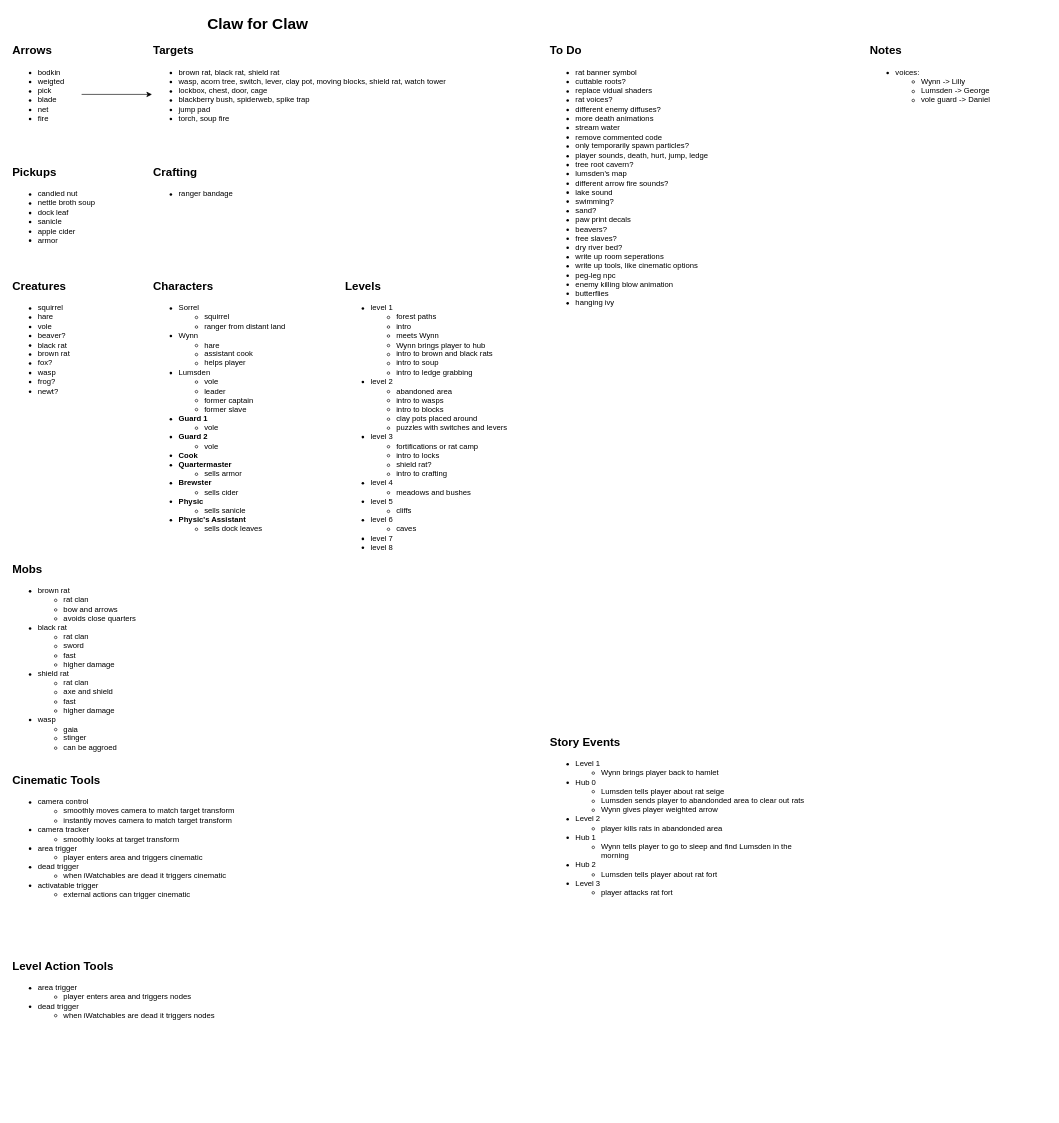
Earlier version of the draw.io diagram Planning/design-doc.drawio (camerondedore/Godot-Project-3). Source tidied: cells renumbered, new cells numbered last; positions are measured from the earlier drawing's top-left corner, leaving out a move shared by most shapes. Both pictures are drawn from the tidied source at 64%, with x=0, y=0 at pixel (11, 11).
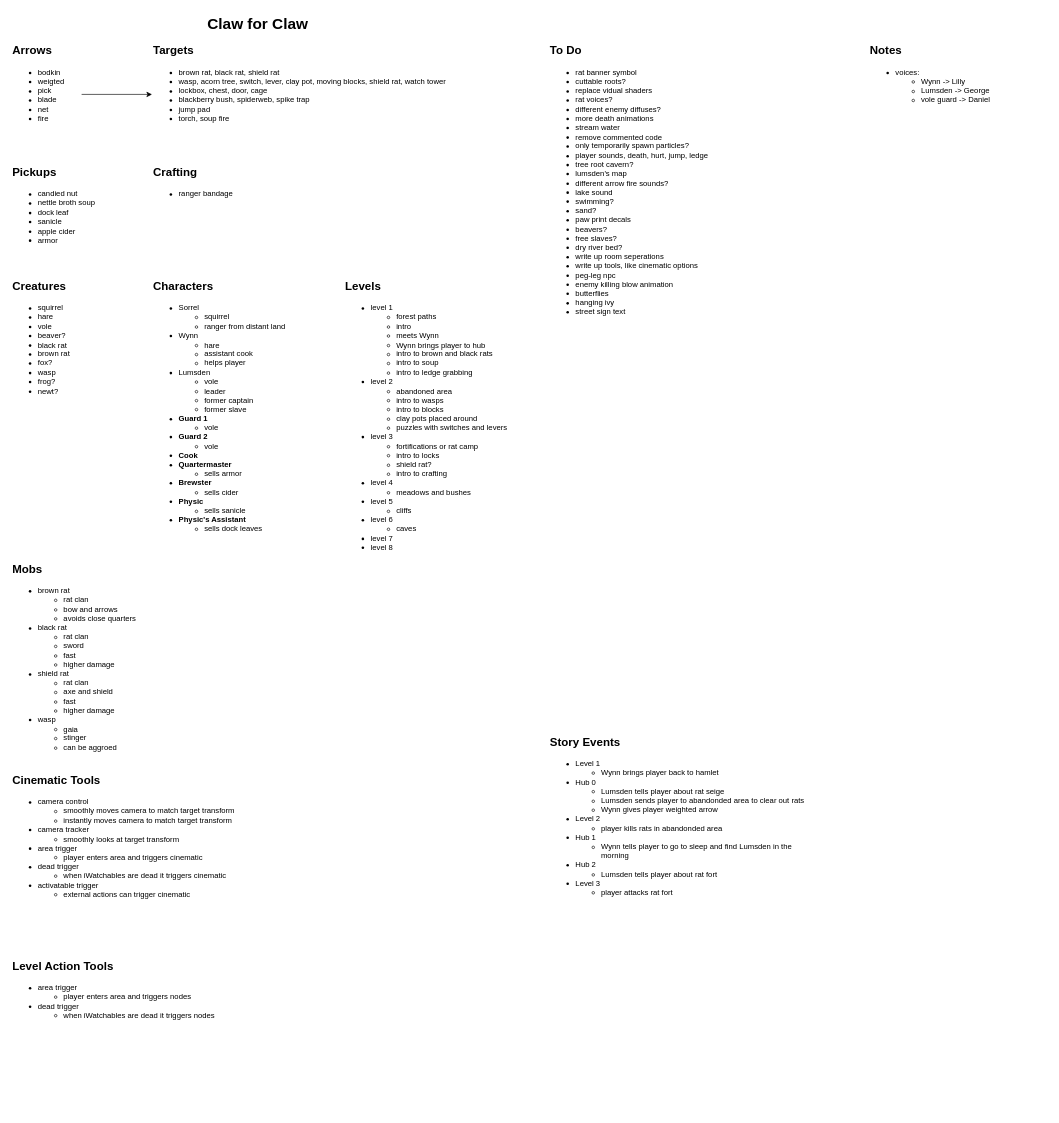
The same page after the edit.

Commit message (it also covers changes not shown here):
splitting street sign from street sign post

Change to the diagram source:
```diff
@@
-    <mxCell id="19" value="&lt;ul&gt;&lt;li&gt;rat banner symbol&lt;/li&gt;&lt;li&gt;cuttable roots?&lt;/li&gt;&lt;li&gt;replace vidual shaders&lt;/li&gt;&lt;li&gt;rat voices?&lt;/li&gt;&lt;li&gt;different enemy diffuses?&lt;/li&gt;&lt;li&gt;more death animations&lt;/li&gt;&lt;li&gt;&lt;span style=&quot;background-color: transparent; color: light-dark(rgb(0, 0, 0), rgb(255, 255, 255));&quot;&gt;stream water&lt;/span&gt;&lt;br&gt;&lt;/li&gt;&lt;li&gt;remove commented code&lt;/li&gt;&lt;li&gt;only temporarily spawn particles?&lt;/li&gt;&lt;li&gt;player sounds, death, hurt, jump, ledge&lt;/li&gt;&lt;li&gt;tree root cavern?&lt;/li&gt;&lt;li&gt;lumsden's map&lt;/li&gt;&lt;li&gt;different arrow fire sounds?&lt;/li&gt;&lt;li&gt;lake sound&lt;/li&gt;&lt;li&gt;swimming?&lt;/li&gt;&lt;li&gt;sand?&lt;/li&gt;&lt;li&gt;paw print decals&lt;/li&gt;&lt;li&gt;beavers?&lt;/li&gt;&lt;li&gt;free slaves?&lt;/li&gt;&lt;li&gt;dry river bed?&lt;/li&gt;&lt;li&gt;write up room seperations&lt;/li&gt;&lt;li&gt;write up tools, like cinematic options&lt;/li&gt;&lt;li&gt;peg-leg npc&lt;/li&gt;&lt;li&gt;enemy killing blow animation&lt;/li&gt;&lt;li&gt;butterflies&lt;/li&gt;&lt;li&gt;hanging ivy&lt;/li&gt;&lt;/ul&gt;" style="text;html=1;align=left;verticalAlign=top;whiteSpace=wrap;rounded=0;" parent="1" vertex="1">
+    <mxCell id="19" value="&lt;ul&gt;&lt;li&gt;rat banner symbol&lt;/li&gt;&lt;li&gt;cuttable roots?&lt;/li&gt;&lt;li&gt;replace vidual shaders&lt;/li&gt;&lt;li&gt;rat voices?&lt;/li&gt;&lt;li&gt;different enemy diffuses?&lt;/li&gt;&lt;li&gt;more death animations&lt;/li&gt;&lt;li&gt;&lt;span style=&quot;background-color: transparent; color: light-dark(rgb(0, 0, 0), rgb(255, 255, 255));&quot;&gt;stream water&lt;/span&gt;&lt;br&gt;&lt;/li&gt;&lt;li&gt;remove commented code&lt;/li&gt;&lt;li&gt;only temporarily spawn particles?&lt;/li&gt;&lt;li&gt;player sounds, death, hurt, jump, ledge&lt;/li&gt;&lt;li&gt;tree root cavern?&lt;/li&gt;&lt;li&gt;lumsden's map&lt;/li&gt;&lt;li&gt;different arrow fire sounds?&lt;/li&gt;&lt;li&gt;lake sound&lt;/li&gt;&lt;li&gt;swimming?&lt;/li&gt;&lt;li&gt;sand?&lt;/li&gt;&lt;li&gt;paw print decals&lt;/li&gt;&lt;li&gt;beavers?&lt;/li&gt;&lt;li&gt;free slaves?&lt;/li&gt;&lt;li&gt;dry river bed?&lt;/li&gt;&lt;li&gt;write up room seperations&lt;/li&gt;&lt;li&gt;write up tools, like cinematic options&lt;/li&gt;&lt;li&gt;peg-leg npc&lt;/li&gt;&lt;li&gt;enemy killing blow animation&lt;/li&gt;&lt;li&gt;butterflies&lt;/li&gt;&lt;li&gt;hanging ivy&lt;/li&gt;&lt;li&gt;street sign text&lt;/li&gt;&lt;/ul&gt;" style="text;html=1;align=left;verticalAlign=top;whiteSpace=wrap;rounded=0;" parent="1" vertex="1">
       <mxGeometry x="840" y="70" width="280" height="440" as="geometry" />
     </mxCell>
```
